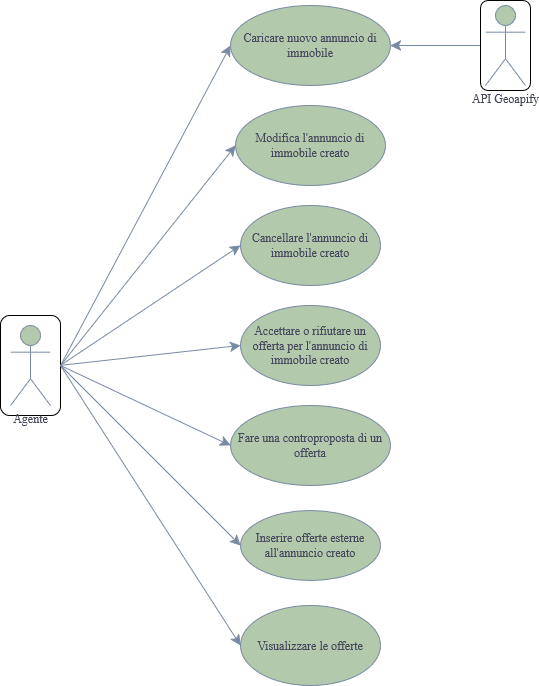
The draw.io diagram diagrammi/UseCase-Agente.drawio.png in Sperob98/Documentazione-DietiEstates25, before a commit. Source tidied: cells renumbered, new cells last; positions are measured from the earlier drawing's top-left corner, leaving out a move shared by most shapes.
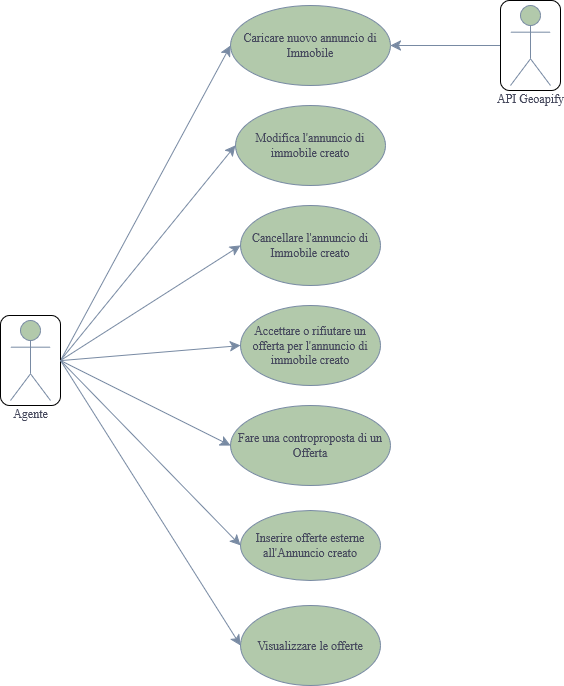
Above is the later version.

Change to the diagram source:
```diff
@@ -2,22 +2,22 @@
   <root>
     <mxCell id="0" />
     <mxCell id="1" parent="0" />
-    <mxCell id="2" value="Caricare nuovo annuncio di immobile" style="ellipse;whiteSpace=wrap;html=1;labelBackgroundColor=none;fillColor=#B2C9AB;strokeColor=#788AA3;fontColor=#46495D;" parent="1" vertex="1">
+    <mxCell id="2" value="Caricare nuovo annuncio di Immobile" style="ellipse;whiteSpace=wrap;html=1;labelBackgroundColor=none;fillColor=#B2C9AB;strokeColor=#788AA3;fontColor=#46495D;" parent="1" vertex="1">
       <mxGeometry x="230" y="5" width="160" height="80" as="geometry" />
     </mxCell>
     <mxCell id="3" value="Modifica l'annuncio di immobile creato" style="ellipse;whiteSpace=wrap;html=1;labelBackgroundColor=none;fillColor=#B2C9AB;strokeColor=#788AA3;fontColor=#46495D;" parent="1" vertex="1">
       <mxGeometry x="235" y="105" width="150" height="80" as="geometry" />
     </mxCell>
-    <mxCell id="4" value="Cancellare l'annuncio di immobile creato" style="ellipse;whiteSpace=wrap;html=1;labelBackgroundColor=none;fillColor=#B2C9AB;strokeColor=#788AA3;fontColor=#46495D;" parent="1" vertex="1">
+    <mxCell id="4" value="Cancellare l'annuncio di Immobile creato" style="ellipse;whiteSpace=wrap;html=1;labelBackgroundColor=none;fillColor=#B2C9AB;strokeColor=#788AA3;fontColor=#46495D;" parent="1" vertex="1">
       <mxGeometry x="240" y="205" width="140" height="80" as="geometry" />
     </mxCell>
     <mxCell id="5" value="Accettare o rifiutare un offerta per l'annuncio di immobile creato" style="ellipse;whiteSpace=wrap;html=1;labelBackgroundColor=none;fillColor=#B2C9AB;strokeColor=#788AA3;fontColor=#46495D;" parent="1" vertex="1">
       <mxGeometry x="240" y="305" width="140" height="80" as="geometry" />
     </mxCell>
-    <mxCell id="6" value="Fare una controproposta di un offerta" style="ellipse;whiteSpace=wrap;html=1;labelBackgroundColor=none;fillColor=#B2C9AB;strokeColor=#788AA3;fontColor=#46495D;" parent="1" vertex="1">
+    <mxCell id="6" value="Fare una controproposta di un Offerta" style="ellipse;whiteSpace=wrap;html=1;labelBackgroundColor=none;fillColor=#B2C9AB;strokeColor=#788AA3;fontColor=#46495D;" parent="1" vertex="1">
       <mxGeometry x="230" y="405" width="160" height="80" as="geometry" />
     </mxCell>
-    <mxCell id="7" value="Inserire offerte esterne all'annuncio creato" style="ellipse;whiteSpace=wrap;html=1;labelBackgroundColor=none;fillColor=#B2C9AB;strokeColor=#788AA3;fontColor=#46495D;" parent="1" vertex="1">
+    <mxCell id="7" value="Inserire offerte esterne all'Annuncio creato" style="ellipse;whiteSpace=wrap;html=1;labelBackgroundColor=none;fillColor=#B2C9AB;strokeColor=#788AA3;fontColor=#46495D;" parent="1" vertex="1">
       <mxGeometry x="240" y="510" width="140" height="70" as="geometry" />
     </mxCell>
     <mxCell id="8" value="Visualizzare le offerte" style="ellipse;whiteSpace=wrap;html=1;labelBackgroundColor=none;fillColor=#B2C9AB;strokeColor=#788AA3;fontColor=#46495D;" parent="1" vertex="1">
@@ -30,10 +30,10 @@
       <mxGeometry relative="1" as="geometry" />
     </mxCell>
     <mxCell id="11" style="rounded=1;whiteSpace=wrap;html=1;labelBackgroundColor=none;" parent="1" vertex="1">
-      <mxGeometry y="315" width="60" height="100" as="geometry" />
+      <mxGeometry y="315" width="60" height="90" as="geometry" />
     </mxCell>
     <mxCell id="12" value="Agente" style="shape=umlActor;verticalLabelPosition=bottom;verticalAlign=top;html=1;labelBackgroundColor=none;fillColor=#B2C9AB;strokeColor=#788AA3;fontColor=#46495D;" parent="1" vertex="1">
-      <mxGeometry x="10" y="325" width="40" height="80" as="geometry" />
+      <mxGeometry x="10" y="320" width="40" height="80" as="geometry" />
     </mxCell>
     <mxCell id="13" style="edgeStyle=none;curved=1;rounded=0;jettySize=auto;html=1;entryX=0;entryY=0.5;entryDx=0;entryDy=0;fontSize=12;startSize=8;endSize=8;exitX=1;exitY=0.5;exitDx=0;exitDy=0;labelBackgroundColor=none;strokeColor=#788AA3;fontColor=default;" parent="1" edge="1" source="11" target="4">
       <mxGeometry relative="1" as="geometry" />
@@ -50,14 +50,14 @@
     <mxCell id="17" style="edgeStyle=none;curved=1;rounded=0;jettySize=auto;html=1;entryX=0;entryY=0.5;entryDx=0;entryDy=0;fontSize=12;startSize=8;endSize=8;exitX=1;exitY=0.5;exitDx=0;exitDy=0;labelBackgroundColor=none;strokeColor=#788AA3;fontColor=default;" parent="1" edge="1" source="11" target="8">
       <mxGeometry relative="1" as="geometry" />
     </mxCell>
-    <mxCell id="18" style="edgeStyle=none;curved=1;rounded=0;jettySize=auto;html=1;exitX=0;exitY=0.5;exitDx=0;exitDy=0;entryX=1;entryY=0.5;entryDx=0;entryDy=0;fontSize=12;startSize=8;endSize=8;labelBackgroundColor=none;strokeColor=#788AA3;fontColor=default;" parent="1" edge="1" source="19" target="2">
+    <mxCell id="18" style="edgeStyle=none;curved=1;rounded=0;jettySize=auto;html=1;exitX=0;exitY=0.5;exitDx=0;exitDy=0;entryX=1;entryY=0.5;entryDx=0;entryDy=0;fontSize=12;startSize=8;endSize=8;labelBackgroundColor=none;strokeColor=#788AA3;fontColor=default;" parent="1" edge="1" source="21" target="2">
       <mxGeometry relative="1" as="geometry" />
     </mxCell>
-    <mxCell id="19" style="rounded=1;whiteSpace=wrap;html=1;labelBackgroundColor=none;" parent="1" vertex="1">
-      <mxGeometry x="480" width="50" height="90" as="geometry" />
-    </mxCell>
+    <mxCell id="21" style="rounded=1;whiteSpace=wrap;html=1;labelBackgroundColor=none;" parent="1" vertex="1">
+      <mxGeometry x="500" width="60" height="90" as="geometry" />
+    </mxCell>
-    <mxCell id="20" value="&lt;div&gt;API Geoapify&lt;/div&gt;&lt;div&gt;&lt;br&gt;&lt;/div&gt;" style="shape=umlActor;verticalLabelPosition=bottom;verticalAlign=top;html=1;labelBackgroundColor=none;fillColor=#B2C9AB;strokeColor=#788AA3;fontColor=#46495D;" parent="1" vertex="1">
-      <mxGeometry x="485" y="5" width="40" height="80" as="geometry" />
+    <mxCell id="20" value="API Geoapify" style="shape=umlActor;verticalLabelPosition=bottom;verticalAlign=top;html=1;labelBackgroundColor=none;fillColor=#B2C9AB;strokeColor=#788AA3;fontColor=#46495D;" parent="1" vertex="1">
+      <mxGeometry x="510" y="5" width="40" height="80" as="geometry" />
     </mxCell>
   </root>
 </mxGraphModel>
```
